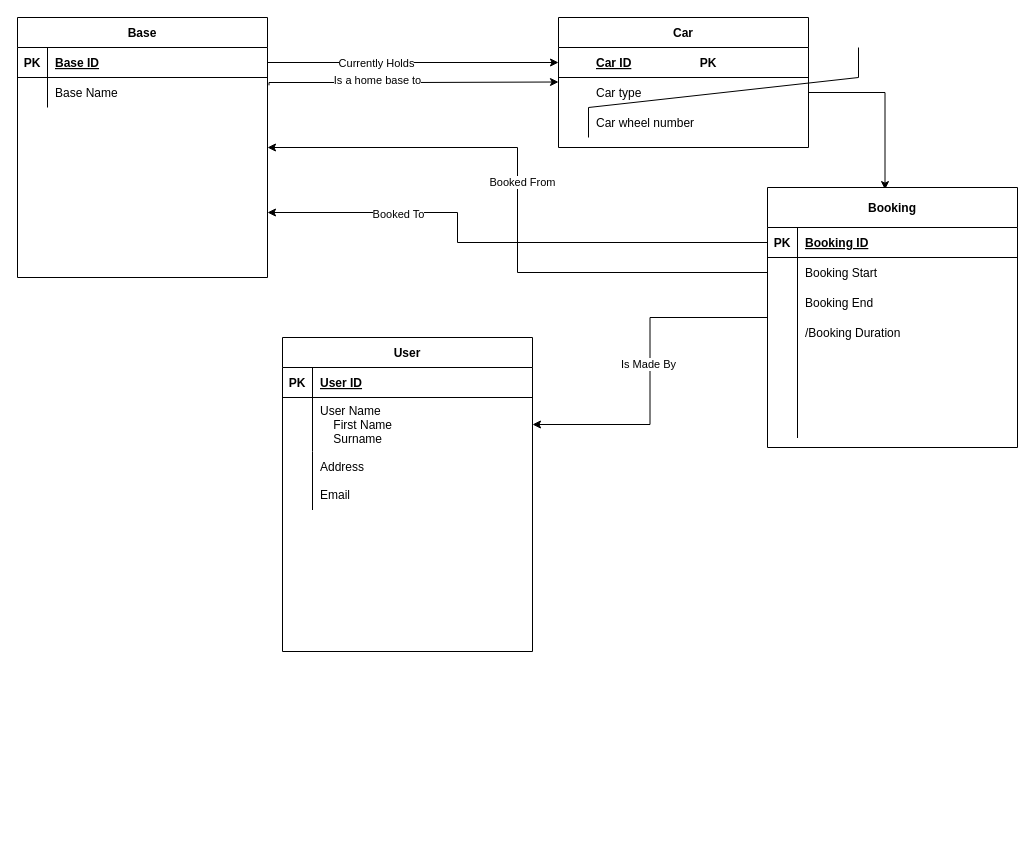
Earlier version of the draw.io diagram CW1 ERD.drawio (Daniel-Fejdych/Daniel-Fejdych.github.io). Source tidied: cells renumbered, new cells numbered last; positions are measured from the earlier drawing's top-left corner, leaving out a move shared by most shapes. Both pictures are drawn from the tidied source at 100%, with x=0, y=0 at pixel (17, 17).
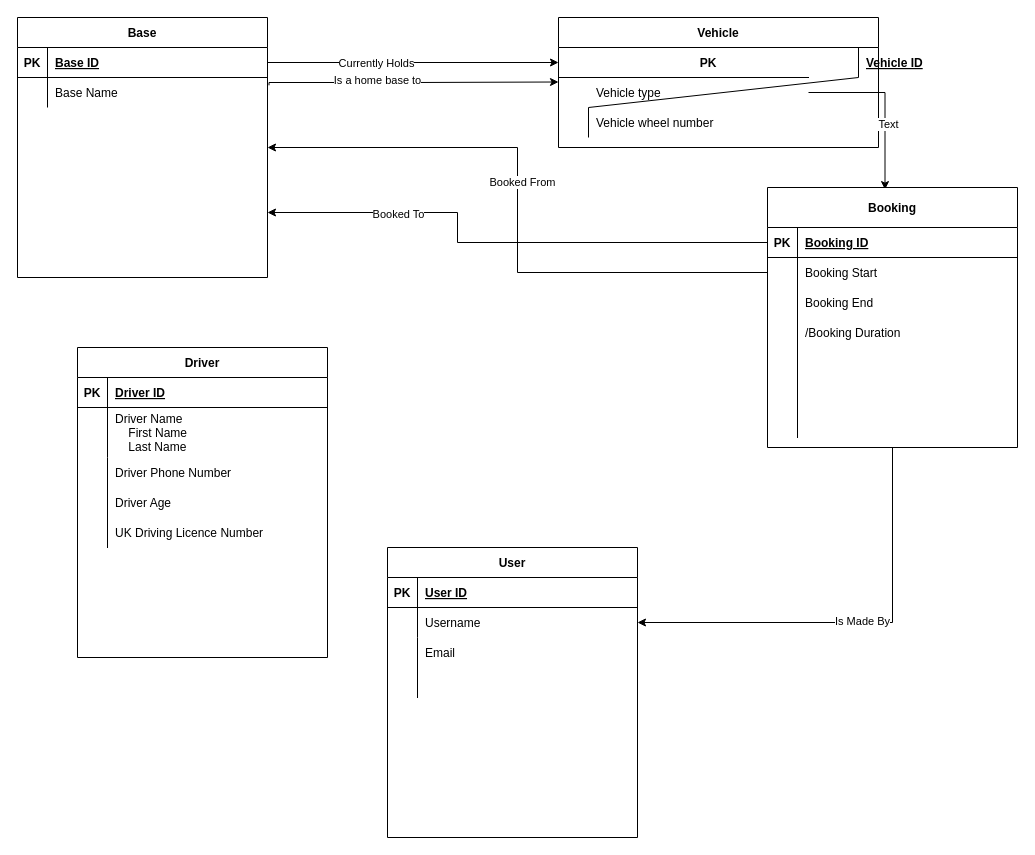
The same diagram, later.

Unchanged cells that the change refers to:
```xml
<mxCell id="3" style="shape=partialRectangle;fillColor=none;points=[[0,0.5],[1,0.5]];portConstraint=eastwest;top=0;left=0;right=0;bottom=1;" parent="2" vertex="1">
  <mxGeometry y="30" width="250" height="30" as="geometry" />
</mxCell>
<mxCell id="6" style="shape=partialRectangle;fillColor=none;points=[[0,0.5],[1,0.5]];portConstraint=eastwest;top=0;left=0;right=0;bottom=0;" parent="2" vertex="1">
  <mxGeometry y="60" width="250" height="30" as="geometry" />
</mxCell>
<mxCell id="9" style="shape=partialRectangle;fillColor=none;top=0;left=0;right=0;bottom=0;" parent="2" vertex="1">
  <mxGeometry y="90" width="250" height="30" as="geometry" />
</mxCell>
<mxCell id="31" style="edgeStyle=orthogonalEdgeStyle;rounded=0;jettySize=auto;html=1;exitX=1;exitY=0.5;exitDx=0;exitDy=0;entryX=0.47;entryY=0.008;entryDx=0;entryDy=0;entryPerimeter=0;" parent="1" edge="1" source="6" target="34">
  <mxGeometry relative="1" as="geometry" />
</mxCell>
```

Change to the diagram source:
```diff
@@
-    <mxCell id="2" value="Car" style="shape=table;startSize=30;childLayout=tableLayout;rowLines=0;fontStyle=1;align=center;" parent="1" vertex="1">
-      <mxGeometry x="541" width="250" height="130" as="geometry" />
+    <mxCell id="2" value="Vehicle" style="shape=table;startSize=30;childLayout=tableLayout;rowLines=0;fontStyle=1;align=center;" parent="1" vertex="1">
+      <mxGeometry x="541" width="320" height="130" as="geometry" />
     </mxCell>
@@
-    <mxCell id="5" value="Car ID" style="shape=partialRectangle;overflow=hidden;fillColor=none;top=0;left=0;bottom=0;right=0;align=left;spacingLeft=6;fontStyle=5;" parent="3" vertex="1">
-      <mxGeometry x="30" width="220" height="30" as="geometry" />
+    <mxCell id="5" value="Vehicle ID" style="shape=partialRectangle;overflow=hidden;fillColor=none;top=0;left=0;bottom=0;right=0;align=left;spacingLeft=6;fontStyle=5;" parent="3" vertex="1">
+      <mxGeometry x="300" width="-50" height="30" as="geometry" />
     </mxCell>
@@
-    <mxCell id="8" value="Car type" style="shape=partialRectangle;overflow=hidden;fillColor=none;top=0;left=0;bottom=0;right=0;align=left;spacingLeft=6;" parent="6" vertex="1">
+    <mxCell id="8" value="Vehicle type" style="shape=partialRectangle;overflow=hidden;fillColor=none;top=0;left=0;bottom=0;right=0;align=left;spacingLeft=6;" parent="6" vertex="1">
       <mxGeometry x="30" width="220" height="30" as="geometry" />
     </mxCell>
@@
-    <mxCell id="11" value="Car wheel number" style="shape=partialRectangle;overflow=hidden;fillColor=none;top=0;left=0;bottom=0;right=0;align=left;spacingLeft=6;" parent="9" vertex="1">
+    <mxCell id="11" value="Vehicle wheel number" style="shape=partialRectangle;overflow=hidden;fillColor=none;top=0;left=0;bottom=0;right=0;align=left;spacingLeft=6;" parent="9" vertex="1">
       <mxGeometry x="30" width="220" height="30" as="geometry" />
     </mxCell>
@@
     <mxCell id="21" value="User" style="shape=table;startSize=30;childLayout=tableLayout;rowLines=0;fontStyle=1;align=center;" parent="1" vertex="1">
-      <mxGeometry x="265" y="320" width="250" height="314" as="geometry" />
+      <mxGeometry x="370" y="530" width="250" height="290" as="geometry" />
     </mxCell>
@@
     <mxCell id="25" style="shape=partialRectangle;fillColor=none;points=[[0,0.5],[1,0.5]];portConstraint=eastwest;top=0;left=0;right=0;bottom=0;" parent="21" vertex="1">
-      <mxGeometry y="60" width="250" height="54" as="geometry" />
+      <mxGeometry y="60" width="250" height="30" as="geometry" />
     </mxCell>
     <mxCell id="26" style="shape=partialRectangle;overflow=hidden;fillColor=none;top=0;left=0;bottom=0;right=0;" parent="25" vertex="1">
-      <mxGeometry width="30" height="54" as="geometry" />
+      <mxGeometry width="30" height="30" as="geometry" />
     </mxCell>
-    <mxCell id="27" value="User Name&#10;    First Name&#10;    Surname" style="shape=partialRectangle;overflow=hidden;fillColor=none;top=0;left=0;bottom=0;right=0;align=left;spacingLeft=6;" parent="25" vertex="1">
-      <mxGeometry x="30" width="220" height="54" as="geometry" />
+    <mxCell id="27" value="Username" style="shape=partialRectangle;overflow=hidden;fillColor=none;top=0;left=0;bottom=0;right=0;align=left;spacingLeft=6;" parent="25" vertex="1">
+      <mxGeometry x="30" width="220" height="30" as="geometry" />
     </mxCell>
     <mxCell id="28" style="shape=partialRectangle;fillColor=none;top=0;left=0;right=0;bottom=0;" parent="21" vertex="1">
-      <mxGeometry y="114" width="250" height="30" as="geometry" />
+      <mxGeometry y="90" width="250" height="30" as="geometry" />
     </mxCell>
@@
-    <mxCell id="30" value="Address" style="shape=partialRectangle;overflow=hidden;fillColor=none;top=0;left=0;bottom=0;right=0;align=left;spacingLeft=6;" parent="28" vertex="1">
+    <mxCell id="30" value="Email" style="shape=partialRectangle;overflow=hidden;fillColor=none;top=0;left=0;bottom=0;right=0;align=left;spacingLeft=6;" parent="28" vertex="1">
       <mxGeometry x="30" width="220" height="30" as="geometry" />
     </mxCell>
@@
+    <mxCell id="53" value="Text" style="edgeLabel;html=1;align=center;verticalAlign=middle;" parent="31" vertex="1">
+      <mxGeometry x="0.24" y="3" relative="1" as="geometry" />
+    </mxCell>
@@
-    <mxCell id="45" style="shape=partialRectangle;overflow=hidden;fillColor=none;top=0;left=1;bottom=0;right=0;align=left;spacingLeft=6;" parent="1" vertex="1">
+    <mxCell id="45" style="shape=partialRectangle;overflow=hidden;fillColor=none;top=0;left=1;bottom=0;right=0;align=left;spacingLeft=6;fontStyle=2;" parent="1" vertex="1">
       <mxGeometry x="780" y="330" width="220" height="30" as="geometry" />
     </mxCell>
@@
-    <mxCell id="48" value="Email" style="shape=partialRectangle;overflow=hidden;fillColor=none;top=0;left=1;bottom=0;right=0;align=left;spacingLeft=6;" parent="1" vertex="1">
-      <mxGeometry x="295" y="462" width="220" height="30" as="geometry" />
+    <mxCell id="48" style="shape=partialRectangle;overflow=hidden;fillColor=none;top=0;left=1;bottom=0;right=0;align=left;spacingLeft=6;" parent="1" vertex="1">
+      <mxGeometry x="400" y="650" width="220" height="30" as="geometry" />
     </mxCell>
@@
+    <mxCell id="54" value="Driver" style="shape=table;startSize=30;childLayout=tableLayout;rowLines=0;fontStyle=1;align=center;" parent="1" vertex="1">
+      <mxGeometry x="60" y="330" width="250" height="310" as="geometry" />
+    </mxCell>
+    <mxCell id="55" style="shape=partialRectangle;fillColor=none;top=0;left=0;right=0;bottom=1;" parent="54" vertex="1">
+      <mxGeometry y="30" width="250" height="30" as="geometry" />
+    </mxCell>
+    <mxCell id="56" value="PK" style="shape=partialRectangle;overflow=hidden;fillColor=none;top=0;left=0;bottom=0;right=0;fontStyle=1;" parent="55" vertex="1">
+      <mxGeometry width="30" height="30" as="geometry" />
+    </mxCell>
+    <mxCell id="57" value="Driver ID" style="shape=partialRectangle;overflow=hidden;fillColor=none;top=0;left=0;bottom=0;right=0;align=left;spacingLeft=6;fontStyle=5;" parent="55" vertex="1">
+      <mxGeometry x="30" width="220" height="30" as="geometry" />
+    </mxCell>
+    <mxCell id="58" style="shape=partialRectangle;fillColor=none;top=0;left=0;right=0;bottom=0;" parent="54" vertex="1">
+      <mxGeometry y="60" width="250" height="50" as="geometry" />
+    </mxCell>
+    <mxCell id="59" style="shape=partialRectangle;overflow=hidden;fillColor=none;top=0;left=0;bottom=0;right=0;" parent="58" vertex="1">
+      <mxGeometry width="30" height="50" as="geometry" />
+    </mxCell>
+    <mxCell id="60" value="Driver Name&#10;    First Name&#10;    Last Name" style="shape=partialRectangle;overflow=hidden;fillColor=none;top=0;left=0;bottom=0;right=0;align=left;spacingLeft=6;" parent="58" vertex="1">
+      <mxGeometry x="30" width="220" height="50" as="geometry" />
+    </mxCell>
+    <mxCell id="61" style="shape=partialRectangle;fillColor=none;top=0;left=0;right=0;bottom=0;" parent="54" vertex="1">
+      <mxGeometry y="110" width="250" height="30" as="geometry" />
+    </mxCell>
+    <mxCell id="62" style="shape=partialRectangle;overflow=hidden;fillColor=none;top=0;left=0;bottom=0;right=0;" parent="61" vertex="1">
+      <mxGeometry width="30" height="30" as="geometry" />
+    </mxCell>
+    <mxCell id="63" value="Driver Phone Number" style="shape=partialRectangle;overflow=hidden;fillColor=none;top=0;left=0;bottom=0;right=0;align=left;spacingLeft=6;" parent="61" vertex="1">
+      <mxGeometry x="30" width="220" height="30" as="geometry" />
+    </mxCell>
+    <mxCell id="64" style="shape=partialRectangle;overflow=hidden;fillColor=none;top=0;left=1;bottom=0;right=0;align=left;spacingLeft=6;" parent="1" vertex="1">
+      <mxGeometry x="370" y="670" width="220" height="30" as="geometry" />
+    </mxCell>
+    <mxCell id="65" value="Driver Age" style="shape=partialRectangle;overflow=hidden;fillColor=none;top=0;left=1;bottom=0;right=0;align=left;spacingLeft=6;" parent="1" vertex="1">
+      <mxGeometry x="90" y="470" width="220" height="30" as="geometry" />
+    </mxCell>
+    <mxCell id="66" value="UK Driving Licence Number" style="shape=partialRectangle;overflow=hidden;fillColor=none;top=0;left=1;bottom=0;right=0;align=left;spacingLeft=6;" parent="1" vertex="1">
+      <mxGeometry x="90" y="500" width="220" height="30" as="geometry" />
+    </mxCell>
```
